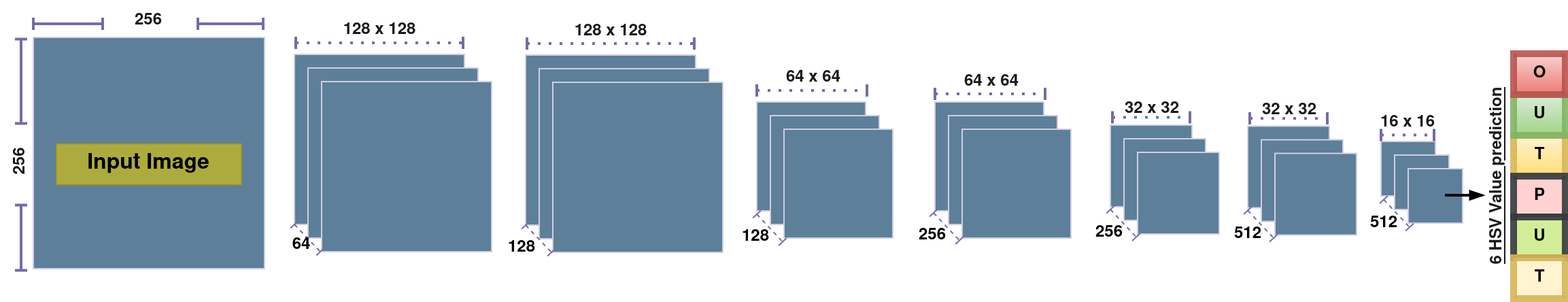
IKEMBOT/Dynamic-Thresholding-Selection-based-on-Convolutional-Neural-Network-Decision keeps this draw.io diagram as Network.png. Above is the earlier version. Source tidied: cells renumbered, new cells last; positions are measured from the earlier drawing's top-left corner, leaving out a move shared by most shapes. Its diagram source:
```xml
<mxGraphModel>
  <root>
    <mxCell id="0" />
    <mxCell id="1" parent="0" />
    <mxCell id="2" style="whiteSpace=wrap;html=1;strokeColor=#D0CEE2;fontColor=#1A1A1A;fillColor=#5D7F99;labelBackgroundColor=none;" parent="1" vertex="1">
      <mxGeometry x="39" y="28" width="170" height="170" as="geometry" />
    </mxCell>
    <mxCell id="3" style="whiteSpace=wrap;html=1;strokeColor=#D0CEE2;fillColor=#5D7F99;fontColor=#1A1A1A;labelBackgroundColor=none;" parent="1" vertex="1">
      <mxGeometry x="231" y="40.5" width="125" height="125" as="geometry" />
    </mxCell>
    <mxCell id="4" style="whiteSpace=wrap;html=1;strokeColor=#D0CEE2;fillColor=#5D7F99;fontColor=#1A1A1A;labelBackgroundColor=none;" parent="1" vertex="1">
      <mxGeometry x="241" y="50.5" width="125" height="125" as="geometry" />
    </mxCell>
    <mxCell id="5" style="whiteSpace=wrap;html=1;strokeColor=#D0CEE2;fillColor=#5D7F99;fontColor=#1A1A1A;labelBackgroundColor=none;" parent="1" vertex="1">
      <mxGeometry x="251" y="60.5" width="125" height="125" as="geometry" />
    </mxCell>
    <mxCell id="6" style="whiteSpace=wrap;html=1;strokeColor=#D0CEE2;fontColor=#1A1A1A;fillColor=#5D7F99;" parent="1" vertex="1">
      <mxGeometry x="571" y="75.5" width="80" height="80" as="geometry" />
    </mxCell>
    <mxCell id="7" style="whiteSpace=wrap;html=1;strokeColor=#D0CEE2;fontColor=#1A1A1A;fillColor=#5D7F99;" parent="1" vertex="1">
      <mxGeometry x="581" y="85.5" width="80" height="80" as="geometry" />
    </mxCell>
    <mxCell id="8" style="whiteSpace=wrap;html=1;strokeColor=#D0CEE2;fontColor=#1A1A1A;fillColor=#5D7F99;" parent="1" vertex="1">
      <mxGeometry x="591" y="95.5" width="80" height="80" as="geometry" />
    </mxCell>
    <mxCell id="9" style="whiteSpace=wrap;html=1;strokeColor=#D0CEE2;fontColor=#1A1A1A;fillColor=#5D7F99;" parent="1" vertex="1">
      <mxGeometry x="831" y="92.5" width="60" height="60" as="geometry" />
    </mxCell>
    <mxCell id="10" style="whiteSpace=wrap;html=1;strokeColor=#D0CEE2;fontColor=#1A1A1A;fillColor=#5D7F99;" parent="1" vertex="1">
      <mxGeometry x="841" y="102.5" width="60" height="60" as="geometry" />
    </mxCell>
    <mxCell id="11" style="whiteSpace=wrap;html=1;strokeColor=#D0CEE2;fontColor=#1A1A1A;fillColor=#5D7F99;" parent="1" vertex="1">
      <mxGeometry x="851" y="112.5" width="60" height="60" as="geometry" />
    </mxCell>
    <mxCell id="12" style="whiteSpace=wrap;html=1;strokeColor=#D0CEE2;fontColor=#1A1A1A;fillColor=#5D7F99;" parent="1" vertex="1">
      <mxGeometry x="1030" y="104.5" width="40" height="40" as="geometry" />
    </mxCell>
    <mxCell id="13" style="whiteSpace=wrap;html=1;strokeColor=#D0CEE2;fontColor=#1A1A1A;fillColor=#5D7F99;" parent="1" vertex="1">
      <mxGeometry x="1040" y="114.5" width="40" height="40" as="geometry" />
    </mxCell>
    <mxCell id="14" style="whiteSpace=wrap;html=1;strokeColor=#D0CEE2;fontColor=#1A1A1A;fillColor=#5D7F99;" parent="1" vertex="1">
      <mxGeometry x="1050" y="124.5" width="40" height="40" as="geometry" />
    </mxCell>
    <mxCell id="15" style="endArrow=baseDash;html=1;strokeWidth=2;rounded=0;strokeColor=#736CA8;fontColor=#1A1A1A;startArrow=baseDash;startFill=0;endFill=0;" parent="1" edge="1">
      <mxGeometry relative="1" as="geometry">
        <mxPoint x="160" y="18" as="sourcePoint" />
        <mxPoint x="208" y="18" as="targetPoint" />
      </mxGeometry>
    </mxCell>
    <mxCell id="16" style="endArrow=baseDash;dashed=1;html=1;dashPattern=1 3;strokeWidth=2;rounded=0;strokeColor=#736CA8;fontColor=#1A1A1A;startArrow=baseDash;startFill=0;endFill=0;" parent="1" edge="1">
      <mxGeometry relative="1" as="geometry">
        <mxPoint x="232" y="32" as="sourcePoint" />
        <mxPoint x="355" y="32" as="targetPoint" />
      </mxGeometry>
    </mxCell>
    <mxCell id="17" value="&lt;b&gt;128 x 128&lt;br&gt;&lt;/b&gt;" style="text;html=1;align=center;verticalAlign=middle;whiteSpace=wrap;rounded=0;fontColor=#1A1A1A;" parent="1" vertex="1">
      <mxGeometry x="264" y="8" width="60" height="30" as="geometry" />
    </mxCell>
    <mxCell id="18" style="whiteSpace=wrap;html=1;strokeColor=#D0CEE2;fillColor=#5D7F99;fontColor=#1A1A1A;labelBackgroundColor=none;" parent="1" vertex="1">
      <mxGeometry x="401" y="41" width="125" height="125" as="geometry" />
    </mxCell>
    <mxCell id="19" style="whiteSpace=wrap;html=1;strokeColor=#D0CEE2;fillColor=#5D7F99;fontColor=#1A1A1A;labelBackgroundColor=none;" parent="1" vertex="1">
      <mxGeometry x="411" y="51" width="125" height="125" as="geometry" />
    </mxCell>
    <mxCell id="20" style="whiteSpace=wrap;html=1;strokeColor=#D0CEE2;fillColor=#5D7F99;fontColor=#1A1A1A;labelBackgroundColor=none;" parent="1" vertex="1">
      <mxGeometry x="421" y="61" width="125" height="125" as="geometry" />
    </mxCell>
    <mxCell id="21" style="endArrow=baseDash;html=1;strokeWidth=1;rounded=0;strokeColor=#736CA8;fontColor=#1A1A1A;startArrow=baseDash;startFill=0;endFill=0;dashed=1;" parent="1" edge="1">
      <mxGeometry relative="1" as="geometry">
        <mxPoint x="401" y="166" as="sourcePoint" />
        <mxPoint x="420" y="186" as="targetPoint" />
      </mxGeometry>
    </mxCell>
    <mxCell id="22" style="endArrow=baseDash;dashed=1;html=1;dashPattern=1 3;strokeWidth=2;rounded=0;strokeColor=#736CA8;fontColor=#1A1A1A;startArrow=baseDash;startFill=0;endFill=0;" parent="1" edge="1">
      <mxGeometry relative="1" as="geometry">
        <mxPoint x="402" y="32.5" as="sourcePoint" />
        <mxPoint x="525" y="32.5" as="targetPoint" />
      </mxGeometry>
    </mxCell>
    <mxCell id="23" value="&lt;b&gt;128 x 128&lt;br&gt;&lt;/b&gt;" style="text;html=1;align=center;verticalAlign=middle;whiteSpace=wrap;rounded=0;fontColor=#1A1A1A;" parent="1" vertex="1">
      <mxGeometry x="434" y="8.5" width="60" height="30" as="geometry" />
    </mxCell>
    <mxCell id="24" value="128" style="text;html=1;align=center;verticalAlign=middle;whiteSpace=wrap;rounded=1;fillColor=none;fontStyle=1;" parent="1" vertex="1">
      <mxGeometry x="378" y="173" width="41" height="20" as="geometry" />
    </mxCell>
    <mxCell id="25" style="whiteSpace=wrap;html=1;strokeColor=#D0CEE2;fontColor=#1A1A1A;fillColor=#5D7F99;" parent="1" vertex="1">
      <mxGeometry x="702" y="75.5" width="80" height="80" as="geometry" />
    </mxCell>
    <mxCell id="26" style="whiteSpace=wrap;html=1;strokeColor=#D0CEE2;fontColor=#1A1A1A;fillColor=#5D7F99;" parent="1" vertex="1">
      <mxGeometry x="712" y="85.5" width="80" height="80" as="geometry" />
    </mxCell>
    <mxCell id="27" style="whiteSpace=wrap;html=1;strokeColor=#D0CEE2;fontColor=#1A1A1A;fillColor=#5D7F99;" parent="1" vertex="1">
      <mxGeometry x="722" y="95.5" width="80" height="80" as="geometry" />
    </mxCell>
    <mxCell id="28" style="endArrow=baseDash;dashed=1;html=1;dashPattern=1 3;strokeWidth=2;rounded=0;strokeColor=#736CA8;fontColor=#1A1A1A;startArrow=baseDash;startFill=0;endFill=0;" parent="1" edge="1">
      <mxGeometry relative="1" as="geometry">
        <mxPoint x="571" y="67" as="sourcePoint" />
        <mxPoint x="652" y="67" as="targetPoint" />
      </mxGeometry>
    </mxCell>
    <mxCell id="29" value="&lt;b&gt;64 x 64&lt;br&gt;&lt;/b&gt;" style="text;html=1;align=center;verticalAlign=middle;whiteSpace=wrap;rounded=0;fontColor=#1A1A1A;" parent="1" vertex="1">
      <mxGeometry x="583" y="43" width="60" height="30" as="geometry" />
    </mxCell>
    <mxCell id="30" value="128" style="text;html=1;align=center;verticalAlign=middle;whiteSpace=wrap;rounded=1;fillColor=none;fontStyle=1;" parent="1" vertex="1">
      <mxGeometry x="550" y="165" width="41" height="20" as="geometry" />
    </mxCell>
    <mxCell id="31" style="endArrow=baseDash;html=1;strokeWidth=1;rounded=0;strokeColor=#736CA8;fontColor=#1A1A1A;startArrow=baseDash;startFill=0;endFill=0;dashed=1;" parent="1" edge="1">
      <mxGeometry relative="1" as="geometry">
        <mxPoint x="571" y="158" as="sourcePoint" />
        <mxPoint x="590" y="178.2" as="targetPoint" />
      </mxGeometry>
    </mxCell>
    <mxCell id="32" style="endArrow=baseDash;dashed=1;html=1;strokeWidth=1;rounded=0;strokeColor=#736CA8;fontColor=#1A1A1A;startArrow=baseDash;startFill=0;endFill=0;" parent="1" edge="1">
      <mxGeometry relative="1" as="geometry">
        <mxPoint x="231" y="165.5" as="sourcePoint" />
        <mxPoint x="250" y="185.5" as="targetPoint" />
      </mxGeometry>
    </mxCell>
    <mxCell id="33" value="64" style="text;html=1;align=center;verticalAlign=middle;whiteSpace=wrap;rounded=0;fillColor=none;fontStyle=1;" parent="1" vertex="1">
      <mxGeometry x="216" y="171" width="41" height="20" as="geometry" />
    </mxCell>
    <mxCell id="34" style="endArrow=baseDash;dashed=1;html=1;dashPattern=1 3;strokeWidth=2;rounded=0;strokeColor=#736CA8;fontColor=#1A1A1A;startArrow=baseDash;startFill=0;endFill=0;" parent="1" edge="1">
      <mxGeometry relative="1" as="geometry">
        <mxPoint x="702" y="69.5" as="sourcePoint" />
        <mxPoint x="783" y="69.5" as="targetPoint" />
      </mxGeometry>
    </mxCell>
    <mxCell id="35" value="&lt;b&gt;64 x 64&lt;br&gt;&lt;/b&gt;" style="text;html=1;align=center;verticalAlign=middle;whiteSpace=wrap;rounded=0;fontColor=#1A1A1A;" parent="1" vertex="1">
      <mxGeometry x="714" y="45.5" width="60" height="30" as="geometry" />
    </mxCell>
    <mxCell id="36" value="256" style="text;html=1;align=center;verticalAlign=middle;whiteSpace=wrap;rounded=1;fillColor=none;fontStyle=1;" parent="1" vertex="1">
      <mxGeometry x="680" y="164" width="41" height="20" as="geometry" />
    </mxCell>
    <mxCell id="37" style="endArrow=baseDash;html=1;strokeWidth=1;rounded=0;strokeColor=#736CA8;fontColor=#1A1A1A;startArrow=baseDash;startFill=0;endFill=0;dashed=1;" parent="1" edge="1">
      <mxGeometry relative="1" as="geometry">
        <mxPoint x="701" y="157" as="sourcePoint" />
        <mxPoint x="720" y="177.2" as="targetPoint" />
      </mxGeometry>
    </mxCell>
    <mxCell id="38" style="endArrow=baseDash;dashed=1;html=1;dashPattern=1 3;strokeWidth=2;rounded=0;strokeColor=#736CA8;fontColor=#1A1A1A;startArrow=baseDash;startFill=0;endFill=0;" parent="1" edge="1">
      <mxGeometry relative="1" as="geometry">
        <mxPoint x="832.5" y="86.8" as="sourcePoint" />
        <mxPoint x="889.5" y="86.8" as="targetPoint" />
      </mxGeometry>
    </mxCell>
    <mxCell id="39" value="&lt;b&gt;32 x 32&lt;br&gt;&lt;/b&gt;" style="text;html=1;align=center;verticalAlign=middle;whiteSpace=wrap;rounded=0;fontColor=#1A1A1A;" parent="1" vertex="1">
      <mxGeometry x="837" y="70" width="50" height="22.5" as="geometry" />
    </mxCell>
    <mxCell id="40" value="256" style="text;html=1;align=center;verticalAlign=middle;whiteSpace=wrap;rounded=1;fillColor=none;fontStyle=1;" parent="1" vertex="1">
      <mxGeometry x="810" y="161.5" width="41" height="20" as="geometry" />
    </mxCell>
    <mxCell id="41" style="endArrow=baseDash;html=1;strokeWidth=1;rounded=0;strokeColor=#736CA8;fontColor=#1A1A1A;startArrow=baseDash;startFill=0;endFill=0;dashed=1;" parent="1" edge="1">
      <mxGeometry relative="1" as="geometry">
        <mxPoint x="831" y="154.5" as="sourcePoint" />
        <mxPoint x="850" y="174.8" as="targetPoint" />
      </mxGeometry>
    </mxCell>
    <mxCell id="42" style="whiteSpace=wrap;html=1;strokeColor=#D0CEE2;fontColor=#1A1A1A;fillColor=#5D7F99;" parent="1" vertex="1">
      <mxGeometry x="932" y="93.2" width="60" height="60" as="geometry" />
    </mxCell>
    <mxCell id="43" style="whiteSpace=wrap;html=1;strokeColor=#D0CEE2;fontColor=#1A1A1A;fillColor=#5D7F99;" parent="1" vertex="1">
      <mxGeometry x="942" y="103.2" width="60" height="60" as="geometry" />
    </mxCell>
    <mxCell id="44" style="whiteSpace=wrap;html=1;strokeColor=#D0CEE2;fontColor=#1A1A1A;fillColor=#5D7F99;" parent="1" vertex="1">
      <mxGeometry x="952" y="113.2" width="60" height="60" as="geometry" />
    </mxCell>
    <mxCell id="45" style="endArrow=baseDash;dashed=1;html=1;dashPattern=1 3;strokeWidth=2;rounded=0;strokeColor=#736CA8;fontColor=#1A1A1A;startArrow=baseDash;startFill=0;endFill=0;" parent="1" edge="1">
      <mxGeometry relative="1" as="geometry">
        <mxPoint x="933.5" y="87.5" as="sourcePoint" />
        <mxPoint x="990.5" y="87.5" as="targetPoint" />
      </mxGeometry>
    </mxCell>
    <mxCell id="46" value="&lt;b&gt;32 x 32&lt;br&gt;&lt;/b&gt;" style="text;html=1;align=center;verticalAlign=middle;whiteSpace=wrap;rounded=0;fontColor=#1A1A1A;" parent="1" vertex="1">
      <mxGeometry x="938" y="70.8" width="50" height="22.5" as="geometry" />
    </mxCell>
    <mxCell id="47" style="endArrow=baseDash;html=1;strokeWidth=1;rounded=0;strokeColor=#736CA8;fontColor=#1A1A1A;startArrow=baseDash;startFill=0;endFill=0;dashed=1;" parent="1" edge="1">
      <mxGeometry relative="1" as="geometry">
        <mxPoint x="932" y="155.2" as="sourcePoint" />
        <mxPoint x="951" y="175.5" as="targetPoint" />
      </mxGeometry>
    </mxCell>
    <mxCell id="48" value="512" style="text;html=1;align=center;verticalAlign=middle;whiteSpace=wrap;rounded=1;fillColor=none;fontStyle=1;" parent="1" vertex="1">
      <mxGeometry x="912" y="163" width="41" height="20" as="geometry" />
    </mxCell>
    <mxCell id="49" style="endArrow=baseDash;html=1;strokeWidth=1;rounded=0;strokeColor=#736CA8;fontColor=#1A1A1A;startArrow=baseDash;startFill=0;endFill=0;dashed=1;" parent="1" edge="1">
      <mxGeometry relative="1" as="geometry">
        <mxPoint x="1032" y="147.2" as="sourcePoint" />
        <mxPoint x="1051" y="167.5" as="targetPoint" />
      </mxGeometry>
    </mxCell>
    <mxCell id="50" value="512" style="text;html=1;align=center;verticalAlign=middle;whiteSpace=wrap;rounded=1;fillColor=none;fontStyle=1;" parent="1" vertex="1">
      <mxGeometry x="1012" y="155" width="41" height="20" as="geometry" />
    </mxCell>
    <mxCell id="51" value="&lt;b style=&quot;font-size: 16px;&quot;&gt;Input &lt;font style=&quot;font-size: 16px;&quot;&gt;&lt;span style=&quot;&quot;&gt;Image&lt;/span&gt;&lt;/font&gt;&lt;/b&gt;" style="text;html=1;align=center;verticalAlign=middle;whiteSpace=wrap;rounded=0;fillColor=#e3c800;strokeColor=#B09500;fontColor=#000000;opacity=60;" parent="1" vertex="1">
      <mxGeometry x="56" y="106.2" width="136" height="30" as="geometry" />
    </mxCell>
    <mxCell id="52" style="endArrow=baseDash;html=1;strokeWidth=2;rounded=0;strokeColor=#736CA8;fontColor=#1A1A1A;startArrow=baseDash;startFill=0;endFill=0;" parent="1" edge="1">
      <mxGeometry relative="1" as="geometry">
        <mxPoint x="30" y="151.2" as="sourcePoint" />
        <mxPoint x="30" y="199.2" as="targetPoint" />
      </mxGeometry>
    </mxCell>
    <mxCell id="53" style="endArrow=baseDash;html=1;strokeWidth=2;rounded=0;strokeColor=#736CA8;fontColor=#1A1A1A;startArrow=baseDash;startFill=0;endFill=0;" parent="1" edge="1">
      <mxGeometry relative="1" as="geometry">
        <mxPoint x="30" y="29.2" as="sourcePoint" />
        <mxPoint x="30" y="91.2" as="targetPoint" />
      </mxGeometry>
    </mxCell>
    <mxCell id="54" value="&lt;b&gt;256&lt;/b&gt;" style="text;html=1;align=center;verticalAlign=middle;whiteSpace=wrap;rounded=0;fontColor=#1A1A1A;rotation=-90;" parent="1" vertex="1">
      <mxGeometry y="104.2" width="60" height="30" as="geometry" />
    </mxCell>
    <mxCell id="55" style="endArrow=baseDash;html=1;strokeWidth=2;rounded=0;strokeColor=#736CA8;fontColor=#1A1A1A;startArrow=baseDash;startFill=0;endFill=0;" parent="1" edge="1">
      <mxGeometry relative="1" as="geometry">
        <mxPoint x="39" y="18" as="sourcePoint" />
        <mxPoint x="90" y="18" as="targetPoint" />
      </mxGeometry>
    </mxCell>
    <mxCell id="56" value="&lt;b&gt;256&lt;/b&gt;" style="text;html=1;align=center;verticalAlign=middle;whiteSpace=wrap;rounded=0;fontColor=#1A1A1A;" parent="1" vertex="1">
      <mxGeometry x="94" y="0.5" width="60" height="30" as="geometry" />
    </mxCell>
    <mxCell id="57" style="group;fontStyle=1;opacity=90;strokeWidth=5;" parent="1" vertex="1">
      <mxGeometry x="1127.5" y="40" width="38" height="180" as="geometry" />
    </mxCell>
    <mxCell id="58" value="T" style="rounded=0;whiteSpace=wrap;html=1;strokeColor=#d6b656;fillColor=#fff2cc;gradientColor=#ffd966;fontStyle=1;opacity=90;strokeWidth=5;" parent="57" vertex="1">
      <mxGeometry y="60" width="38" height="30" as="geometry" />
    </mxCell>
    <mxCell id="59" value="U" style="rounded=0;whiteSpace=wrap;html=1;strokeColor=#82b366;fillColor=#d5e8d4;gradientColor=#97d077;fontStyle=1;opacity=90;strokeWidth=5;" parent="57" vertex="1">
      <mxGeometry y="30" width="38" height="30" as="geometry" />
    </mxCell>
    <mxCell id="60" value="P" style="rounded=0;whiteSpace=wrap;html=1;strokeColor=#36393d;fillColor=#ffcccc;fontStyle=1;opacity=90;strokeWidth=5;" parent="57" vertex="1">
      <mxGeometry y="90" width="38" height="30" as="geometry" />
    </mxCell>
    <mxCell id="61" value="U" style="rounded=0;whiteSpace=wrap;html=1;strokeColor=#36393d;fillColor=#cdeb8b;fontStyle=1;opacity=90;strokeWidth=5;" parent="57" vertex="1">
      <mxGeometry y="120" width="38" height="30" as="geometry" />
    </mxCell>
    <mxCell id="62" value="T" style="rounded=0;whiteSpace=wrap;html=1;strokeColor=#d6b656;fillColor=#fff2cc;fontStyle=1;opacity=90;strokeWidth=5;" parent="57" vertex="1">
      <mxGeometry y="150" width="38" height="30" as="geometry" />
    </mxCell>
    <mxCell id="63" value="&lt;span&gt;O&lt;/span&gt;" style="rounded=0;whiteSpace=wrap;html=1;strokeColor=#b85450;fillColor=#f8cecc;gradientColor=#ea6b66;fontStyle=1;opacity=90;strokeWidth=5;" parent="57" vertex="1">
      <mxGeometry width="38" height="30" as="geometry" />
    </mxCell>
    <mxCell id="64" value="&lt;u&gt;&lt;b&gt;6 HSV Value prediction&lt;/b&gt;&lt;/u&gt;" style="text;html=1;align=center;verticalAlign=middle;whiteSpace=wrap;rounded=0;fontColor=#1A1A1A;rotation=-90;" parent="1" vertex="1">
      <mxGeometry x="1049" y="115" width="134" height="30" as="geometry" />
    </mxCell>
    <mxCell id="65" style="endArrow=blockThin;html=1;rounded=0;strokeColor=#000000;fontColor=#1A1A1A;endFill=1;fontStyle=1;strokeWidth=2;" parent="1" edge="1">
      <mxGeometry relative="1" as="geometry">
        <mxPoint x="1077" y="144" as="sourcePoint" />
        <mxPoint x="1106" y="144" as="targetPoint" />
      </mxGeometry>
    </mxCell>
    <mxCell id="66" value="&lt;b&gt;16 x 16&lt;br&gt;&lt;/b&gt;" style="text;html=1;align=center;verticalAlign=middle;whiteSpace=wrap;rounded=0;fontColor=#1A1A1A;" parent="1" vertex="1">
      <mxGeometry x="1025" y="79.5" width="50" height="22.5" as="geometry" />
    </mxCell>
    <mxCell id="67" style="endArrow=baseDash;dashed=1;html=1;dashPattern=1 3;strokeWidth=2;rounded=0;strokeColor=#736CA8;fontColor=#1A1A1A;startArrow=baseDash;startFill=0;endFill=0;" parent="1" edge="1">
      <mxGeometry relative="1" as="geometry">
        <mxPoint x="1030" y="99.7" as="sourcePoint" />
        <mxPoint x="1069" y="99.7" as="targetPoint" />
      </mxGeometry>
    </mxCell>
  </root>
</mxGraphModel>
```
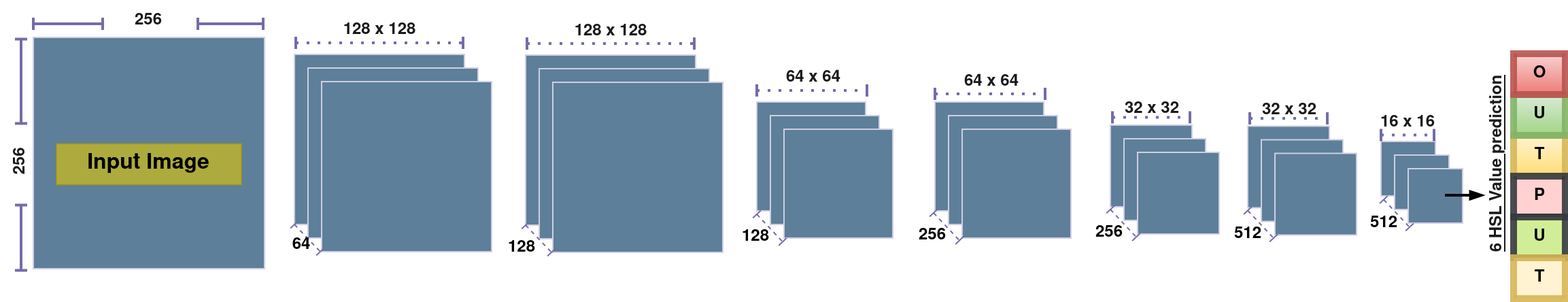
Above is the later version.

Change to the diagram source:
```diff
@@ -239,8 +239,8 @@
     <mxCell id="63" value="&lt;span&gt;O&lt;/span&gt;" style="rounded=0;whiteSpace=wrap;html=1;strokeColor=#b85450;fillColor=#f8cecc;gradientColor=#ea6b66;fontStyle=1;opacity=90;strokeWidth=5;" parent="57" vertex="1">
       <mxGeometry width="38" height="30" as="geometry" />
     </mxCell>
-    <mxCell id="64" value="&lt;u&gt;&lt;b&gt;6 HSV Value prediction&lt;/b&gt;&lt;/u&gt;" style="text;html=1;align=center;verticalAlign=middle;whiteSpace=wrap;rounded=0;fontColor=#1A1A1A;rotation=-90;" parent="1" vertex="1">
-      <mxGeometry x="1049" y="115" width="134" height="30" as="geometry" />
+    <mxCell id="64" value="&lt;u&gt;&lt;b&gt;6 HSL Value prediction&lt;/b&gt;&lt;/u&gt;" style="text;html=1;align=center;verticalAlign=middle;whiteSpace=wrap;rounded=0;fontColor=#1A1A1A;rotation=-90;" parent="1" vertex="1">
+      <mxGeometry x="1039" y="106" width="154" height="30" as="geometry" />
     </mxCell>
     <mxCell id="65" style="endArrow=blockThin;html=1;rounded=0;strokeColor=#000000;fontColor=#1A1A1A;endFill=1;fontStyle=1;strokeWidth=2;" parent="1" edge="1">
       <mxGeometry relative="1" as="geometry">
```
